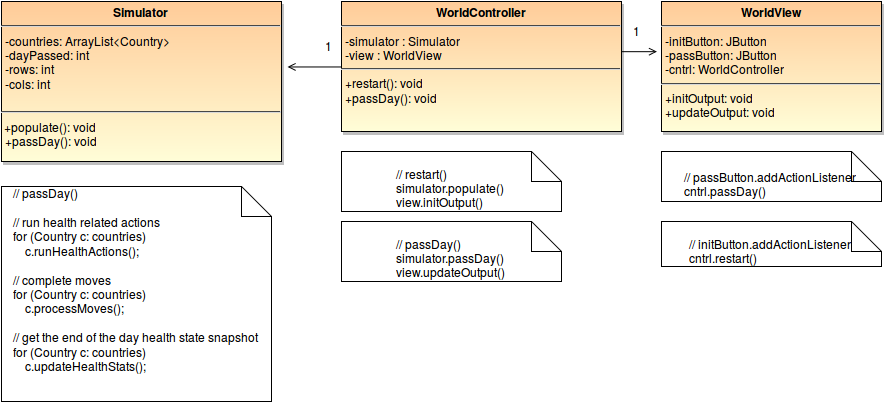
Earlier version of the draw.io export doc/mvc.png (kivanccakmak/CS534-kivanccakmak-okanpalaz). Source tidied: cells renumbered, new cells last; positions are measured from the earlier drawing's top-left corner, leaving out a move shared by most shapes.
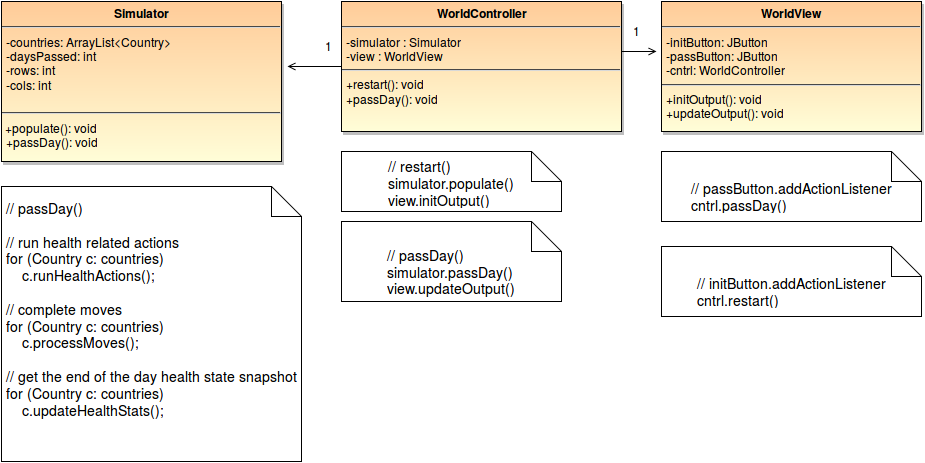
After the change.

Commit message:
doc: mvc umlet update

Change to the diagram source:
```diff
@@ -16,32 +16,32 @@
     <mxCell id="4" value="&lt;p style=&quot;margin: 0px ; margin-top: 4px ; text-align: center&quot;&gt;&lt;strong&gt;WorldController&lt;/strong&gt;&lt;/p&gt;&lt;hr&gt;&lt;p style=&quot;margin: 0px ; margin-left: 4px&quot;&gt;-simulator : Simulator&lt;br&gt;-view : WorldView&lt;/p&gt;&lt;hr&gt;&lt;p style=&quot;margin: 0px ; margin-left: 4px&quot;&gt;+restart(): void&lt;/p&gt;&lt;p style=&quot;margin: 0px ; margin-left: 4px&quot;&gt;+passDay(): void&lt;br&gt;&lt;/p&gt;" style="shadow=1;fillColor=#FFCC99;gradientColor=#FFFED8;verticalAlign=top;align=left;overflow=fill;fontSize=12;fontFamily=Helvetica;html=1;" parent="1" vertex="1">
       <mxGeometry x="340" width="280" height="130" as="geometry" />
     </mxCell>
-    <mxCell id="5" value="&lt;p style=&quot;margin: 0px ; margin-top: 4px ; text-align: center&quot;&gt;&lt;strong&gt;WorldView&lt;br&gt;&lt;/strong&gt;&lt;/p&gt;&lt;hr&gt;&lt;p style=&quot;margin: 0px ; margin-left: 4px&quot;&gt;-initButton: JButton&lt;/p&gt;&lt;p style=&quot;margin: 0px ; margin-left: 4px&quot;&gt;-passButton: JButton&lt;/p&gt;&lt;p style=&quot;margin: 0px ; margin-left: 4px&quot;&gt;-cntrl: WorldController&lt;br&gt;&lt;/p&gt;&lt;hr&gt;&lt;p style=&quot;margin: 0px ; margin-left: 4px&quot;&gt;+initOutput: void&lt;/p&gt;&lt;p style=&quot;margin: 0px ; margin-left: 4px&quot;&gt;+updateOutput: void&lt;br&gt;&lt;/p&gt;" style="shadow=1;fillColor=#FFCC99;gradientColor=#FFFED8;verticalAlign=top;align=left;overflow=fill;fontSize=12;fontFamily=Helvetica;html=1;" parent="1" vertex="1">
-      <mxGeometry x="660" width="220" height="130" as="geometry" />
+    <mxCell id="5" value="&lt;p style=&quot;margin: 0px ; margin-top: 4px ; text-align: center&quot;&gt;&lt;strong&gt;WorldView&lt;br&gt;&lt;/strong&gt;&lt;/p&gt;&lt;hr&gt;&lt;p style=&quot;margin: 0px ; margin-left: 4px&quot;&gt;-initButton: JButton&lt;/p&gt;&lt;p style=&quot;margin: 0px ; margin-left: 4px&quot;&gt;-passButton: JButton&lt;/p&gt;&lt;p style=&quot;margin: 0px ; margin-left: 4px&quot;&gt;-cntrl: WorldController&lt;br&gt;&lt;/p&gt;&lt;hr&gt;&lt;p style=&quot;margin: 0px ; margin-left: 4px&quot;&gt;+initOutput(): void&lt;/p&gt;&lt;p style=&quot;margin: 0px ; margin-left: 4px&quot;&gt;+updateOutput(): void&lt;br&gt;&lt;/p&gt;" style="shadow=1;fillColor=#FFCC99;gradientColor=#FFFED8;verticalAlign=top;align=left;overflow=fill;fontSize=12;fontFamily=Helvetica;html=1;" parent="1" vertex="1">
+      <mxGeometry x="660" width="260" height="130" as="geometry" />
     </mxCell>
     <mxCell id="6" value="1&lt;br&gt;&lt;br&gt;" style="text;html=1;align=left;verticalAlign=top;spacingTop=-4;" parent="1" vertex="1">
       <mxGeometry x="630" y="20" width="20" height="30" as="geometry" />
     </mxCell>
-    <mxCell id="7" value="&lt;p style=&quot;margin: 0px ; margin-top: 4px ; text-align: center&quot;&gt;&lt;strong&gt;Simulator&lt;br&gt;&lt;/strong&gt;&lt;/p&gt;&lt;hr&gt;&lt;p style=&quot;margin: 0px ; margin-left: 4px&quot;&gt;-countries: ArrayList&amp;lt;Country&amp;gt;&lt;/p&gt;&lt;p style=&quot;margin: 0px ; margin-left: 4px&quot;&gt;-dayPassed: int&lt;br&gt;&lt;/p&gt;&lt;p style=&quot;margin: 0px ; margin-left: 4px&quot;&gt;-rows: int&lt;br&gt;&lt;/p&gt;&lt;p style=&quot;margin: 0px ; margin-left: 4px&quot;&gt;-cols: int&lt;br&gt;&lt;/p&gt;&lt;p style=&quot;margin: 0px ; margin-left: 4px&quot;&gt;&lt;br&gt;&lt;/p&gt;&lt;hr&gt;&amp;nbsp;+populate(): void&lt;p style=&quot;margin: 0px ; margin-left: 4px&quot;&gt;+passDay(): void&lt;/p&gt;&lt;p style=&quot;margin: 0px ; margin-left: 4px&quot;&gt;&lt;br&gt;&lt;/p&gt;" style="shadow=1;fillColor=#FFCC99;gradientColor=#FFFED8;verticalAlign=top;align=left;overflow=fill;fontSize=12;fontFamily=Helvetica;html=1;" parent="1" vertex="1">
+    <mxCell id="7" value="&lt;p style=&quot;margin: 0px ; margin-top: 4px ; text-align: center&quot;&gt;&lt;strong&gt;Simulator&lt;br&gt;&lt;/strong&gt;&lt;/p&gt;&lt;hr&gt;&lt;p style=&quot;margin: 0px ; margin-left: 4px&quot;&gt;-countries: ArrayList&amp;lt;Country&amp;gt;&lt;/p&gt;&lt;p style=&quot;margin: 0px ; margin-left: 4px&quot;&gt;-daysPassed: int&lt;br&gt;&lt;/p&gt;&lt;p style=&quot;margin: 0px ; margin-left: 4px&quot;&gt;-rows: int&lt;br&gt;&lt;/p&gt;&lt;p style=&quot;margin: 0px ; margin-left: 4px&quot;&gt;-cols: int&lt;br&gt;&lt;/p&gt;&lt;p style=&quot;margin: 0px ; margin-left: 4px&quot;&gt;&lt;br&gt;&lt;/p&gt;&lt;hr&gt;&amp;nbsp;+populate(): void&lt;p style=&quot;margin: 0px ; margin-left: 4px&quot;&gt;+passDay(): void&lt;/p&gt;&lt;p style=&quot;margin: 0px ; margin-left: 4px&quot;&gt;&lt;br&gt;&lt;/p&gt;" style="shadow=1;fillColor=#FFCC99;gradientColor=#FFFED8;verticalAlign=top;align=left;overflow=fill;fontSize=12;fontFamily=Helvetica;html=1;" parent="1" vertex="1">
       <mxGeometry width="280" height="160" as="geometry" />
     </mxCell>
     <mxCell id="8" value="1&lt;br&gt;&lt;br&gt;" style="text;html=1;align=left;verticalAlign=top;spacingTop=-4;" parent="1" vertex="1">
       <mxGeometry x="322" y="35" width="20" height="30" as="geometry" />
     </mxCell>
-    <mxCell id="9" value="&lt;br&gt;&lt;div align=&quot;justify&quot;&gt;// passDay()&lt;br&gt;simulator.passDay()&lt;br&gt;view.updateOutput()&lt;br&gt;&lt;/div&gt;" style="shape=note;whiteSpace=wrap;html=1;" parent="1" vertex="1">
-      <mxGeometry x="340" y="220" width="220" height="60" as="geometry" />
+    <mxCell id="9" value="&lt;div align=&quot;left&quot;&gt;&lt;br&gt;&lt;/div&gt;&lt;div align=&quot;justify&quot;&gt;// passDay()&lt;br&gt;simulator.passDay()&lt;br&gt;view.updateOutput()&lt;br&gt;&lt;/div&gt;" style="shape=note;whiteSpace=wrap;html=1;fontSize=14;" parent="1" vertex="1">
+      <mxGeometry x="340" y="220" width="220" height="80" as="geometry" />
     </mxCell>
-    <mxCell id="10" value="&lt;div align=&quot;justify&quot;&gt;&lt;br&gt;&lt;/div&gt;&lt;div align=&quot;justify&quot;&gt;// restart()&lt;br&gt;simulator.populate()&lt;br&gt;view.initOutput()&lt;br&gt;&lt;/div&gt;" style="shape=note;whiteSpace=wrap;html=1;" parent="1" vertex="1">
+    <mxCell id="10" value="&lt;div align=&quot;left&quot;&gt;// restart()&lt;br&gt;simulator.populate()&lt;br&gt;view.initOutput()&lt;br&gt;&lt;/div&gt;" style="shape=note;whiteSpace=wrap;html=1;fontSize=14;" parent="1" vertex="1">
       <mxGeometry x="340" y="150" width="220" height="60" as="geometry" />
     </mxCell>
-    <mxCell id="11" value="&lt;div align=&quot;justify&quot;&gt;&lt;br&gt;&lt;/div&gt;&lt;div align=&quot;justify&quot;&gt;// passButton.addActionListener&lt;br&gt;cntrl.passDay()&lt;br&gt;&lt;/div&gt;" style="shape=note;whiteSpace=wrap;html=1;" parent="1" vertex="1">
-      <mxGeometry x="660" y="150" width="220" height="50" as="geometry" />
+    <mxCell id="11" value="&lt;div align=&quot;justify&quot;&gt;&lt;br&gt;&lt;/div&gt;&lt;div align=&quot;justify&quot;&gt;// passButton.addActionListener&lt;br&gt;cntrl.passDay()&lt;br&gt;&lt;/div&gt;" style="shape=note;whiteSpace=wrap;html=1;spacing=2;fontSize=14;" parent="1" vertex="1">
+      <mxGeometry x="660" y="150" width="260" height="70" as="geometry" />
     </mxCell>
-    <mxCell id="12" value="&lt;br&gt;&lt;div align=&quot;justify&quot;&gt;// initButton.addActionListener&lt;br&gt;cntrl.restart()&lt;br&gt;&lt;/div&gt;" style="shape=note;whiteSpace=wrap;html=1;" parent="1" vertex="1">
-      <mxGeometry x="660" y="220" width="220" height="45" as="geometry" />
+    <mxCell id="12" value="&lt;br&gt;&lt;div align=&quot;justify&quot;&gt;// initButton.addActionListener&lt;br&gt;cntrl.restart()&lt;br&gt;&lt;/div&gt;" style="shape=note;whiteSpace=wrap;html=1;fontSize=14;" parent="1" vertex="1">
+      <mxGeometry x="660" y="245" width="260" height="70" as="geometry" />
     </mxCell>
-    <mxCell id="13" value="&lt;div align=&quot;justify&quot;&gt;// passDay()&lt;br&gt;&lt;br&gt;// run health related actions&lt;br&gt;for (Country c: countries) &lt;br&gt;&amp;nbsp;&amp;nbsp;&amp;nbsp; c.runHealthActions();&lt;br&gt;&lt;br&gt;// complete moves&lt;br&gt;for (Country c: countries)&lt;br&gt;&amp;nbsp;&amp;nbsp;&amp;nbsp; c.processMoves();&lt;br&gt;&lt;br&gt;// get the end of the day health state snapshot&lt;br&gt;for (Country c: countries)&lt;br&gt;&amp;nbsp;&amp;nbsp;&amp;nbsp; c.updateHealthStats();&lt;br&gt;&lt;/div&gt;&lt;div align=&quot;justify&quot;&gt;&lt;br&gt;&lt;/div&gt;&lt;div align=&quot;justify&quot;&gt;&lt;br&gt;&lt;/div&gt;" style="shape=note;whiteSpace=wrap;html=1;" parent="1" vertex="1">
-      <mxGeometry y="185" width="270" height="215" as="geometry" />
+    <mxCell id="13" value="&lt;div align=&quot;justify&quot;&gt;// passDay()&lt;br&gt;&lt;br&gt;// run health related actions&lt;br&gt;for (Country c: countries) &lt;br&gt;&amp;nbsp;&amp;nbsp;&amp;nbsp; c.runHealthActions();&lt;br&gt;&lt;br&gt;// complete moves&lt;br&gt;for (Country c: countries)&lt;br&gt;&amp;nbsp;&amp;nbsp;&amp;nbsp; c.processMoves();&lt;br&gt;&lt;br&gt;// get the end of the day health state snapshot&lt;br&gt;for (Country c: countries)&lt;br&gt;&amp;nbsp;&amp;nbsp;&amp;nbsp; c.updateHealthStats();&lt;br&gt;&lt;/div&gt;&lt;div align=&quot;justify&quot;&gt;&lt;br&gt;&lt;/div&gt;&lt;div align=&quot;justify&quot;&gt;&lt;br&gt;&lt;/div&gt;" style="shape=note;whiteSpace=wrap;html=1;fontSize=14;" parent="1" vertex="1">
+      <mxGeometry y="185" width="300" height="275" as="geometry" />
     </mxCell>
   </root>
 </mxGraphModel>
```
